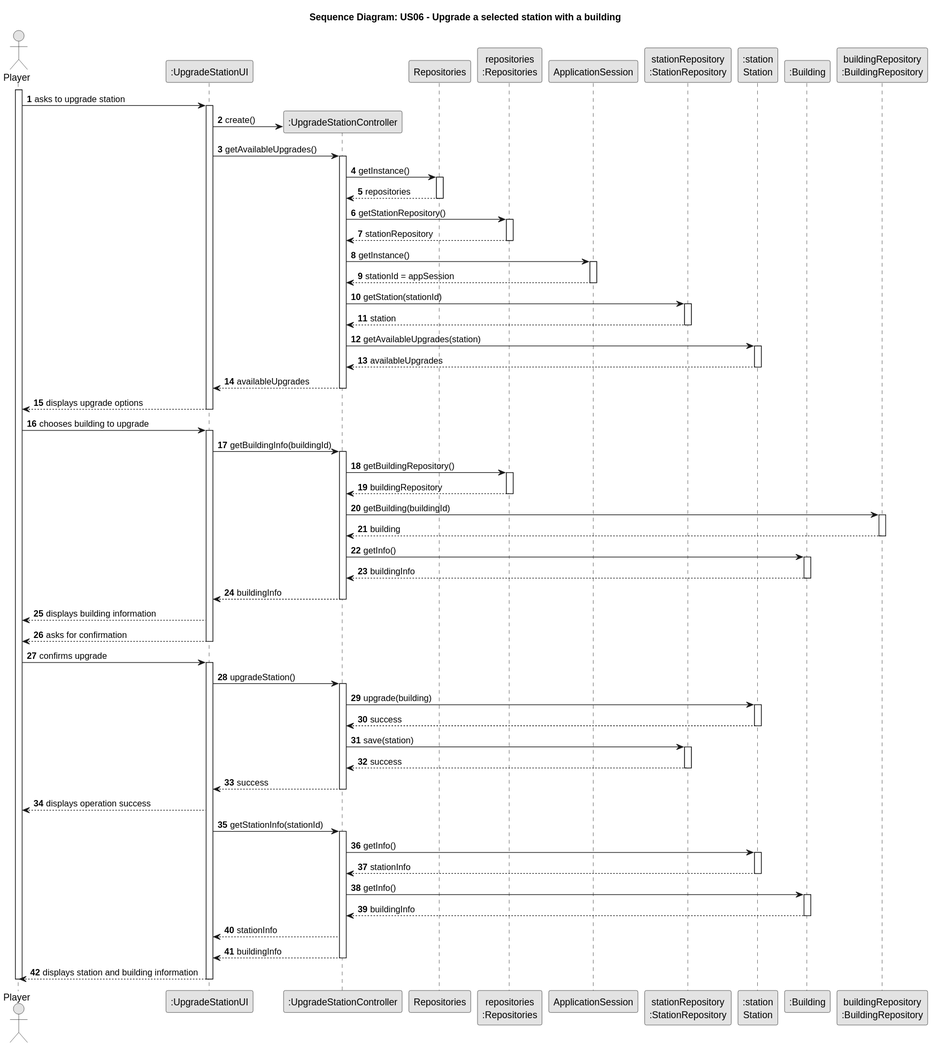
HenriqueSilva18/Railway-Network-Simulator keeps this PlantUML diagram as docs/system-documentation/Sprint 2/US06/03.design/svg/US06-SD-full.svg. Above is the earlier version. Source of this version:
```plantuml
@startuml
skinparam monochrome true
skinparam packageStyle rectangle
skinparam shadowing false

autonumber

title Sequence Diagram: US06 - Upgrade a selected station with a building

actor "Player" as player
participant ":UpgradeStationUI" as UI
participant ":UpgradeStationController" as CTRL
participant "Repositories" as REPOS
participant "repositories\n:Repositories" as REPOS_SINGLETON
participant "ApplicationSession" as APP_SESSION
participant "stationRepository\n:StationRepository" as REPOS_STATION
participant ":station\nStation" as station
participant ":Building" as building
participant "buildingRepository\n:BuildingRepository" as REPOS_BUILDING


activate player

    player -> UI: asks to upgrade station
        activate UI
        UI -> CTRL**: create()
            UI -> CTRL: getAvailableUpgrades()
            activate CTRL

            CTRL -> REPOS: getInstance()
                activate REPOS
                    REPOS --> CTRL: repositories
                deactivate REPOS

            CTRL -> REPOS_SINGLETON: getStationRepository()
                activate REPOS_SINGLETON
                    REPOS_SINGLETON --> CTRL: stationRepository
                deactivate REPOS_SINGLETON

            CTRL -> APP_SESSION: getInstance()
                activate APP_SESSION
                    APP_SESSION --> CTRL: stationId = appSession
                deactivate APP_SESSION

            CTRL -> REPOS_STATION: getStation(stationId)
                activate REPOS_STATION
                    REPOS_STATION --> CTRL: station
                deactivate REPOS_STATION

            CTRL -> station: getAvailableUpgrades(station)
                activate station
                station --> CTRL: availableUpgrades
                deactivate station
            CTRL --> UI: availableUpgrades
            deactivate CTRL
        UI --> player: displays upgrade options
        deactivate UI

    player -> UI: chooses building to upgrade
        activate UI
        UI -> CTRL: getBuildingInfo(buildingId)
            activate CTRL

            CTRL -> REPOS_SINGLETON: getBuildingRepository()
                activate REPOS_SINGLETON
                    REPOS_SINGLETON --> CTRL: buildingRepository
                deactivate REPOS_SINGLETON

            CTRL -> REPOS_BUILDING: getBuilding(buildingId)
                activate REPOS_BUILDING
                    REPOS_BUILDING --> CTRL: building
                deactivate REPOS_BUILDING

            CTRL -> building: getInfo()
                activate building
                building --> CTRL: buildingInfo
                deactivate building

            CTRL --> UI: buildingInfo
            deactivate CTRL
        UI --> player: displays building information
        UI --> player: asks for confirmation
        deactivate UI

    player -> UI: confirms upgrade
        activate UI
        UI -> CTRL: upgradeStation()
            activate CTRL

            CTRL -> station: upgrade(building)
                activate station
                station --> CTRL: success
                deactivate station

            CTRL -> REPOS_STATION: save(station)
                activate REPOS_STATION
                REPOS_STATION --> CTRL: success
                deactivate REPOS_STATION

            CTRL --> UI: success
            deactivate CTRL

        UI --> player: displays operation success
        UI -> CTRL: getStationInfo(stationId)
            activate CTRL

            CTRL -> station: getInfo()
                activate station
                station --> CTRL: stationInfo
                deactivate station

            CTRL -> building: getInfo()
                activate building
                building --> CTRL: buildingInfo
                deactivate building

            CTRL --> UI: stationInfo
            CTRL --> UI: buildingInfo
            deactivate CTRL

        UI --> player: displays station and building information
        deactivate UI

deactivate player
@enduml
```
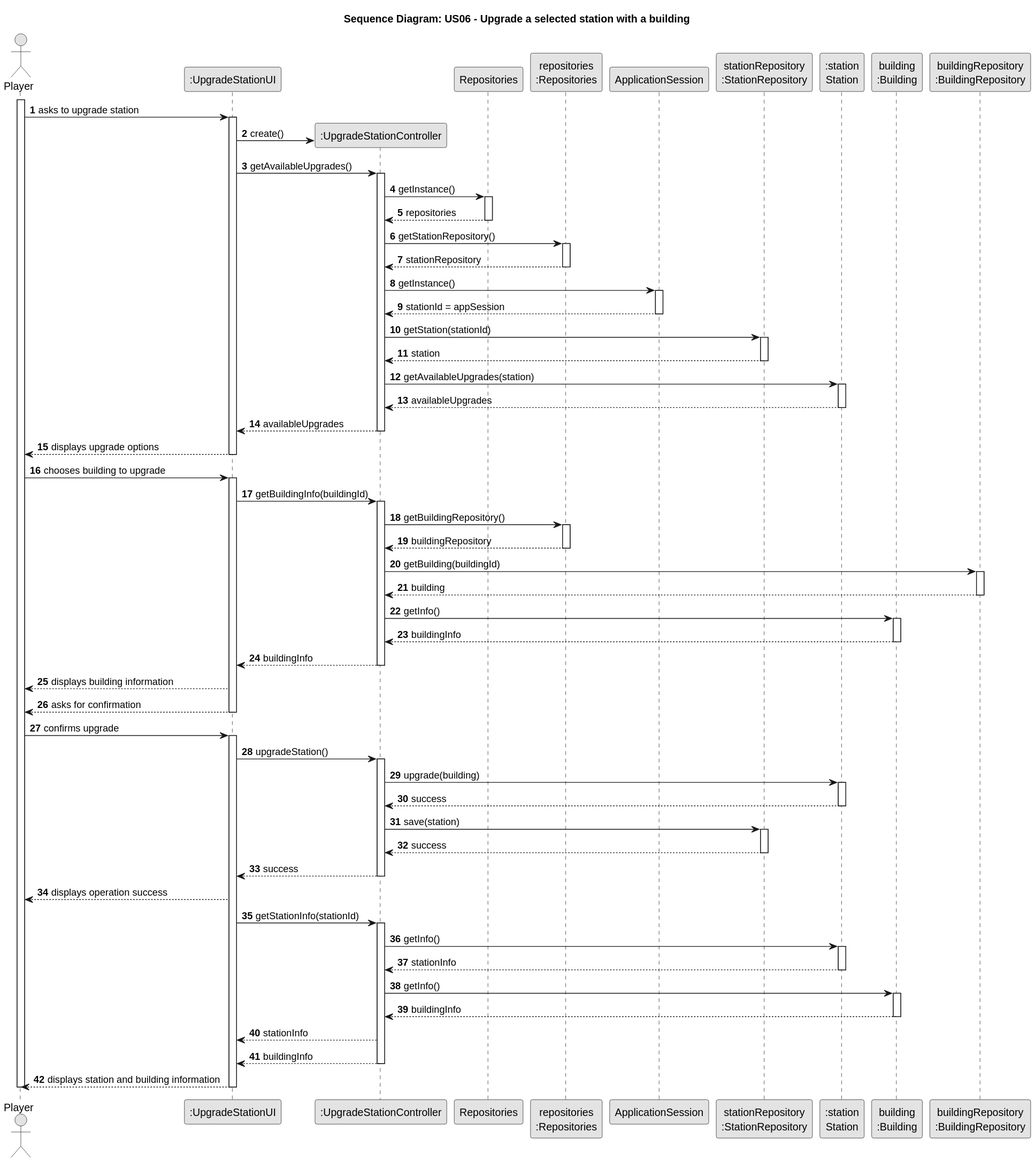
After the commit.

Change to the diagram source:
```diff
@@ -15,7 +15,7 @@
 participant "ApplicationSession" as APP_SESSION
 participant "stationRepository\n:StationRepository" as REPOS_STATION
 participant ":station\nStation" as station
-participant ":Building" as building
+participant "building\n:Building" as building
 participant "buildingRepository\n:BuildingRepository" as REPOS_BUILDING
 
 
```
